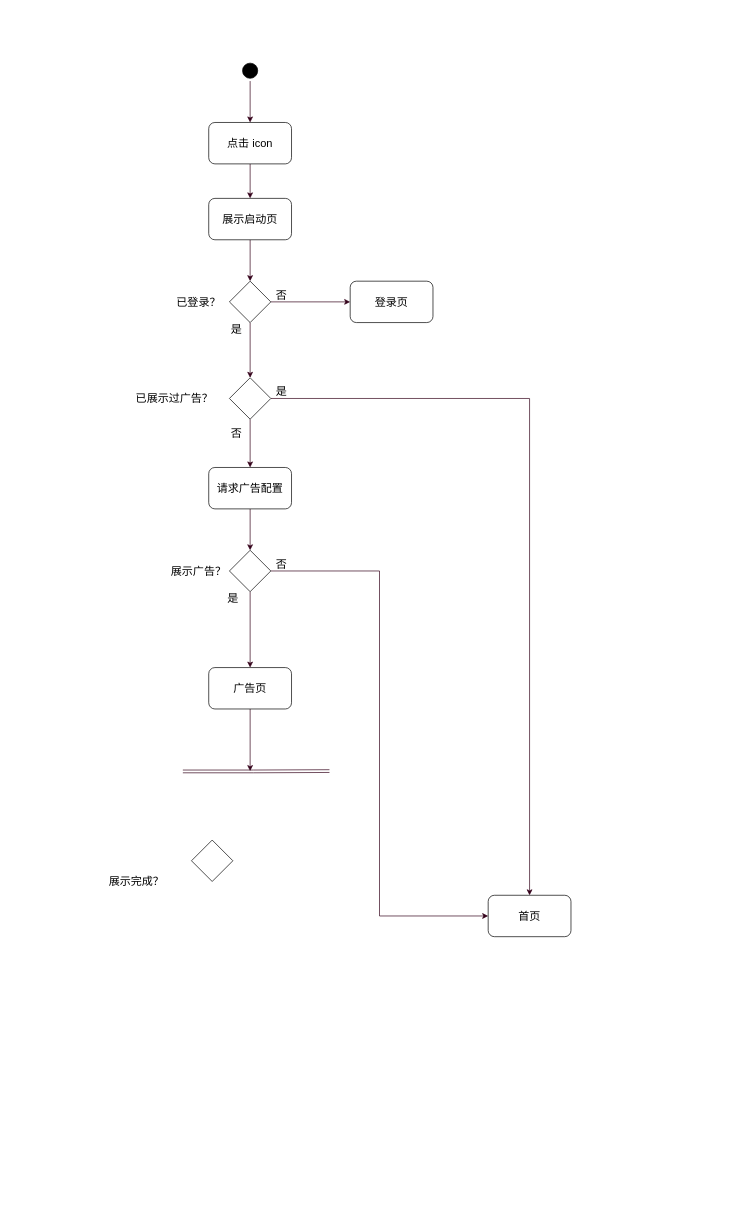
Earlier version of the draw.io diagram 展示开屏广告流程.drawio (innovatorCL/DiagramsRepo). Source tidied: cells renumbered, new cells numbered last; positions are measured from the earlier drawing's top-left corner, leaving out a move shared by most shapes. Both pictures are drawn from the tidied source at 69%, with x=0, y=0 at pixel (101, 60).
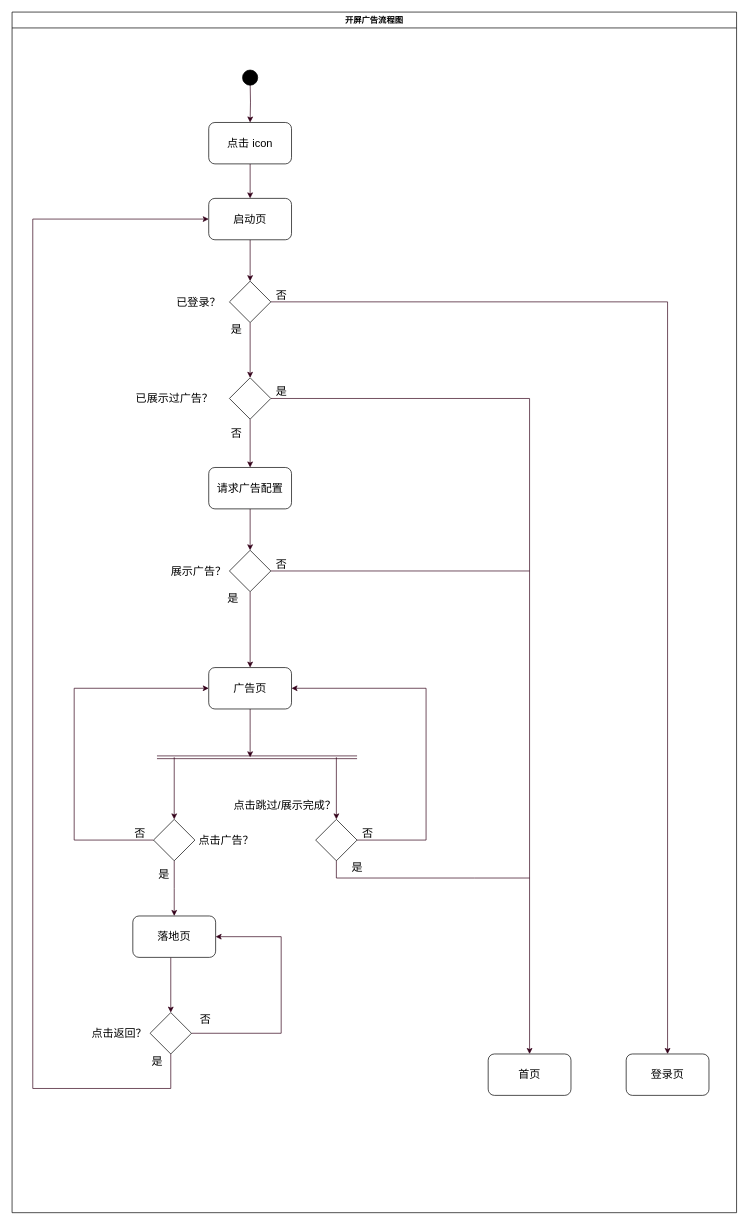
The same diagram, later.

Commit message (it also covers changes not shown here):
Update 展示开屏广告流程.drawio

The change refers to these unchanged cells:
```xml
<mxCell id="5" value="&lt;font style=&quot;font-size: 16px&quot;&gt;点击 icon&lt;/font&gt;" style="rounded=1;whiteSpace=wrap;html=1;fontColor=default;strokeColor=#000000;fillColor=default;" parent="1" vertex="1">
  <mxGeometry x="155" y="90" width="120" height="60" as="geometry" />
</mxCell>
<mxCell id="25" style="rhombus;whiteSpace=wrap;html=1;fontSize=16;fontColor=default;strokeColor=#000000;fillColor=default;" parent="1" vertex="1">
  <mxGeometry x="185" y="710" width="60" height="60" as="geometry" />
</mxCell>
<mxCell id="30" value="广告页" style="rounded=1;whiteSpace=wrap;html=1;fontSize=16;fontColor=default;strokeColor=#000000;fillColor=default;" parent="1" vertex="1">
  <mxGeometry x="155" y="880" width="120" height="60" as="geometry" />
</mxCell>
```

Change to the diagram source:
```diff
@@
+    <mxCell id="35" value="开屏广告流程图" style="swimlane;fillColor=default;strokeColor=default;fontColor=default;swimlaneFillColor=default;" parent="1" vertex="1">
+      <mxGeometry x="-130" y="-70" width="1050" height="1740" as="geometry" />
+    </mxCell>
-    <mxCell id="2" style="edgeStyle=orthogonalEdgeStyle;rounded=0;jettySize=auto;html=1;labelBackgroundColor=default;fontColor=default;strokeColor=#33001A;" parent="1" edge="1" source="3" target="5">
-      <mxGeometry relative="1" as="geometry" />
+    <mxCell id="2" style="edgeStyle=orthogonalEdgeStyle;rounded=0;jettySize=auto;html=1;labelBackgroundColor=default;fontColor=default;strokeColor=#33001A;" parent="1" edge="1" target="5">
+      <mxGeometry relative="1" as="geometry">
+        <mxPoint x="215" y="30" as="sourcePoint" />
+      </mxGeometry>
     </mxCell>
     <mxCell id="3" style="ellipse;html=1;shape=startState;fillColor=#000000;strokeColor=#000000;fontColor=default;" parent="1" vertex="1">
-      <mxGeometry x="200" width="30" height="30" as="geometry" />
+      <mxGeometry x="200" y="10" width="30" height="30" as="geometry" />
     </mxCell>
@@
-    <mxCell id="7" value="&lt;font style=&quot;font-size: 16px&quot;&gt;展示启动页&lt;/font&gt;" style="rounded=1;whiteSpace=wrap;html=1;fontColor=default;strokeColor=#000000;fillColor=default;" parent="1" vertex="1">
+    <mxCell id="7" value="&lt;font style=&quot;font-size: 16px&quot;&gt;启动页&lt;/font&gt;" style="rounded=1;whiteSpace=wrap;html=1;fontColor=default;strokeColor=#000000;fillColor=default;" parent="1" vertex="1">
       <mxGeometry x="155" y="200" width="120" height="60" as="geometry" />
     </mxCell>
@@
     <mxCell id="12" value="登录页" style="rounded=1;whiteSpace=wrap;html=1;fontSize=16;fontColor=default;strokeColor=#000000;fillColor=default;" parent="1" vertex="1">
-      <mxGeometry x="360" y="320" width="120" height="60" as="geometry" />
+      <mxGeometry x="760" y="1440" width="120" height="60" as="geometry" />
     </mxCell>
@@
-    <mxCell id="23" style="edgeStyle=orthogonalEdgeStyle;rounded=0;jettySize=auto;html=1;entryX=0;entryY=0.5;entryDx=0;entryDy=0;labelBackgroundColor=default;fontSize=16;fontColor=default;strokeColor=#33001A;" parent="1" edge="1" source="25" target="27">
-      <mxGeometry relative="1" as="geometry" />
-    </mxCell>
@@
     <mxCell id="27" value="首页" style="rounded=1;whiteSpace=wrap;html=1;fontSize=16;fontColor=default;strokeColor=#000000;fillColor=default;" parent="1" vertex="1">
-      <mxGeometry x="560" y="1210" width="120" height="60" as="geometry" />
+      <mxGeometry x="560" y="1440" width="120" height="60" as="geometry" />
     </mxCell>
@@
-    <mxCell id="29" style="edgeStyle=orthogonalEdgeStyle;rounded=0;jettySize=auto;html=1;labelBackgroundColor=default;fontSize=16;fontColor=default;strokeColor=#33001A;" parent="1" edge="1" source="30">
-      <mxGeometry relative="1" as="geometry">
-        <mxPoint x="215" y="1030" as="targetPoint" />
-      </mxGeometry>
-    </mxCell>
+    <mxCell id="36" style="edgeStyle=orthogonalEdgeStyle;rounded=0;jettySize=auto;html=1;labelBackgroundColor=default;fontSize=16;fontColor=default;strokeColor=#33001A;" parent="1" edge="1" source="30">
+      <mxGeometry relative="1" as="geometry">
+        <mxPoint x="215" y="1010" as="targetPoint" />
+      </mxGeometry>
+    </mxCell>
@@
+    <mxCell id="37" style="edgeStyle=elbowEdgeStyle;rounded=0;jettySize=auto;html=1;entryX=0.5;entryY=0;entryDx=0;entryDy=0;labelBackgroundColor=default;fontSize=16;fontColor=default;strokeColor=#33001A;" parent="1" edge="1" source="32" target="50">
+      <mxGeometry relative="1" as="geometry" />
+    </mxCell>
+    <mxCell id="38" style="edgeStyle=elbowEdgeStyle;rounded=0;jettySize=auto;html=1;labelBackgroundColor=default;fontSize=16;fontColor=default;strokeColor=#33001A;" parent="1" edge="1" source="32" target="30">
+      <mxGeometry relative="1" as="geometry">
+        <Array as="points">
+          <mxPoint x="-40" y="1030" />
+        </Array>
+      </mxGeometry>
+    </mxCell>
     <mxCell id="32" style="rhombus;whiteSpace=wrap;html=1;fontSize=16;fontColor=default;strokeColor=#000000;fillColor=default;" parent="1" vertex="1">
-      <mxGeometry x="130" y="1130" width="60" height="60" as="geometry" />
+      <mxGeometry x="75" y="1100" width="60" height="60" as="geometry" />
     </mxCell>
-    <mxCell id="33" value="展示完成？" style="text;html=1;align=center;verticalAlign=middle;strokeColor=none;fillColor=none;fontSize=16;fontColor=default;" parent="1" vertex="1">
-      <mxGeometry y="1180" width="100" height="20" as="geometry" />
+    <mxCell id="33" value="点击跳过/展示完成？" style="text;html=1;align=center;verticalAlign=middle;strokeColor=none;fillColor=none;fontSize=16;fontColor=default;" parent="1" vertex="1">
+      <mxGeometry x="185" y="1069" width="160" height="20" as="geometry" />
     </mxCell>
-    <mxCell id="34" style="shape=link;html=1;rounded=0;labelBackgroundColor=default;fontSize=16;fontColor=default;strokeColor=#33001A;" parent="1" edge="1">
-      <mxGeometry relative="1" as="geometry">
-        <mxPoint x="117.5" y="1030.5" as="sourcePoint" />
-        <mxPoint x="330" y="1030" as="targetPoint" />
-        <Array as="points">
-          <mxPoint x="220" y="1030.5" />
-        </Array>
-      </mxGeometry>
-    </mxCell>
+    <mxCell id="39" style="edgeStyle=elbowEdgeStyle;rounded=0;jettySize=auto;html=1;labelBackgroundColor=default;fontSize=16;fontColor=default;strokeColor=#33001A;entryX=1;entryY=0.5;entryDx=0;entryDy=0;" parent="1" edge="1" source="40" target="30">
+      <mxGeometry relative="1" as="geometry">
+        <Array as="points">
+          <mxPoint x="470" y="1020" />
+        </Array>
+      </mxGeometry>
+    </mxCell>
+    <mxCell id="40" style="rhombus;whiteSpace=wrap;html=1;fontSize=16;fontColor=default;strokeColor=#000000;fillColor=default;" parent="1" vertex="1">
+      <mxGeometry x="310" y="1100" width="60" height="60" as="geometry" />
+    </mxCell>
+    <mxCell id="41" style="shape=link;html=1;rounded=0;labelBackgroundColor=default;fontSize=16;fontColor=default;strokeColor=#33001A;" parent="1" edge="1">
+      <mxGeometry relative="1" as="geometry">
+        <mxPoint x="80" y="1010" as="sourcePoint" />
+        <mxPoint x="370" y="1010" as="targetPoint" />
+      </mxGeometry>
+    </mxCell>
+    <mxCell id="42" style="endArrow=classic;html=1;rounded=0;labelBackgroundColor=default;fontSize=16;fontColor=default;strokeColor=#33001A;entryX=0.5;entryY=0;entryDx=0;entryDy=0;" parent="1" edge="1" target="32">
+      <mxGeometry relative="1" as="geometry">
+        <mxPoint x="105" y="1010" as="sourcePoint" />
+      </mxGeometry>
+    </mxCell>
+    <mxCell id="43" style="endArrow=none;html=1;rounded=0;labelBackgroundColor=default;fontSize=16;fontColor=default;strokeColor=#33001A;exitX=1;exitY=0.5;exitDx=0;exitDy=0;" parent="1" edge="1" source="25">
+      <mxGeometry relative="1" as="geometry">
+        <mxPoint x="620" y="740" as="targetPoint" />
+      </mxGeometry>
+    </mxCell>
+    <mxCell id="44" style="endArrow=classic;html=1;rounded=0;labelBackgroundColor=default;fontSize=16;fontColor=default;strokeColor=#33001A;entryX=0.5;entryY=0;entryDx=0;entryDy=0;" parent="1" edge="1" target="40">
+      <mxGeometry relative="1" as="geometry">
+        <mxPoint x="340" y="1010" as="sourcePoint" />
+      </mxGeometry>
+    </mxCell>
+    <mxCell id="45" style="endArrow=none;html=1;rounded=0;labelBackgroundColor=default;fontSize=16;fontColor=default;strokeColor=#33001A;exitX=0.5;exitY=1;exitDx=0;exitDy=0;edgeStyle=orthogonalEdgeStyle;" parent="1" edge="1" source="40">
+      <mxGeometry relative="1" as="geometry">
+        <mxPoint x="620" y="1185" as="targetPoint" />
+        <Array as="points">
+          <mxPoint x="340" y="1185" />
+          <mxPoint x="540" y="1185" />
+        </Array>
+      </mxGeometry>
+    </mxCell>
+    <mxCell id="46" value="是" style="text;html=1;align=center;verticalAlign=middle;strokeColor=none;fillColor=none;fontSize=16;fontColor=default;" parent="1" vertex="1">
+      <mxGeometry x="355" y="1160" width="30" height="20" as="geometry" />
+    </mxCell>
+    <mxCell id="47" value="否" style="text;html=1;align=center;verticalAlign=middle;strokeColor=none;fillColor=none;fontSize=16;fontColor=default;" parent="1" vertex="1">
+      <mxGeometry x="370" y="1110" width="30" height="20" as="geometry" />
+    </mxCell>
+    <mxCell id="48" value="点击广告？" style="text;html=1;align=center;verticalAlign=middle;strokeColor=none;fillColor=none;fontSize=16;fontColor=default;" parent="1" vertex="1">
+      <mxGeometry x="130" y="1120" width="100" height="20" as="geometry" />
+    </mxCell>
+    <mxCell id="49" style="edgeStyle=elbowEdgeStyle;rounded=0;jettySize=auto;html=1;labelBackgroundColor=default;fontSize=16;fontColor=default;strokeColor=#33001A;" parent="1" edge="1" source="50" target="55">
+      <mxGeometry relative="1" as="geometry" />
+    </mxCell>
+    <mxCell id="50" value="落地页" style="rounded=1;whiteSpace=wrap;html=1;fontSize=16;fontColor=default;strokeColor=#000000;fillColor=default;" parent="1" vertex="1">
+      <mxGeometry x="45" y="1240" width="120" height="60" as="geometry" />
+    </mxCell>
+    <mxCell id="51" value="是" style="text;html=1;align=center;verticalAlign=middle;strokeColor=none;fillColor=none;fontSize=16;fontColor=default;" parent="1" vertex="1">
+      <mxGeometry x="75" y="1170" width="30" height="20" as="geometry" />
+    </mxCell>
+    <mxCell id="52" value="否" style="text;html=1;align=center;verticalAlign=middle;strokeColor=none;fillColor=none;fontSize=16;fontColor=default;" parent="1" vertex="1">
+      <mxGeometry x="40" y="1110" width="30" height="20" as="geometry" />
+    </mxCell>
+    <mxCell id="53" style="edgeStyle=elbowEdgeStyle;rounded=0;jettySize=auto;html=1;labelBackgroundColor=default;fontSize=16;fontColor=default;strokeColor=#33001A;entryX=1;entryY=0.5;entryDx=0;entryDy=0;" parent="1" edge="1" source="55" target="50">
+      <mxGeometry relative="1" as="geometry">
+        <Array as="points">
+          <mxPoint x="260" y="1340" />
+        </Array>
+      </mxGeometry>
+    </mxCell>
+    <mxCell id="54" style="edgeStyle=orthogonalEdgeStyle;rounded=0;jettySize=auto;html=1;labelBackgroundColor=default;fontSize=16;fontColor=default;strokeColor=#33001A;exitX=0.5;exitY=1;exitDx=0;exitDy=0;entryX=0;entryY=0.5;entryDx=0;entryDy=0;" parent="1" edge="1" source="55" target="7">
+      <mxGeometry relative="1" as="geometry">
+        <Array as="points">
+          <mxPoint x="100" y="1490" />
+          <mxPoint x="-100" y="1490" />
+          <mxPoint x="-100" y="230" />
+        </Array>
+      </mxGeometry>
+    </mxCell>
+    <mxCell id="55" style="rhombus;whiteSpace=wrap;html=1;fontSize=16;fontColor=default;strokeColor=#000000;fillColor=default;" parent="1" vertex="1">
+      <mxGeometry x="70" y="1380" width="60" height="60" as="geometry" />
+    </mxCell>
+    <mxCell id="56" value="点击返回？" style="text;html=1;align=center;verticalAlign=middle;strokeColor=none;fillColor=none;fontSize=16;fontColor=default;" parent="1" vertex="1">
+      <mxGeometry x="-25" y="1400" width="100" height="20" as="geometry" />
+    </mxCell>
+    <mxCell id="57" value="否" style="text;html=1;align=center;verticalAlign=middle;strokeColor=none;fillColor=none;fontSize=16;fontColor=default;" parent="1" vertex="1">
+      <mxGeometry x="135" y="1380" width="30" height="20" as="geometry" />
+    </mxCell>
+    <mxCell id="58" value="是" style="text;html=1;align=center;verticalAlign=middle;strokeColor=none;fillColor=none;fontSize=16;fontColor=default;" parent="1" vertex="1">
+      <mxGeometry x="65" y="1440" width="30" height="20" as="geometry" />
+    </mxCell>
```
